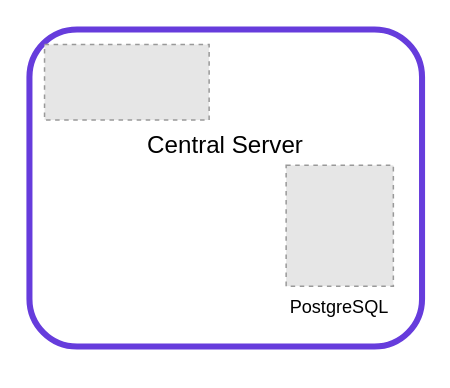
Earlier version of the draw.io diagram doc/Manuals/img/ig-cs_local_db.drawio (nordic-institute/X-Road). Source tidied: cells renumbered, new cells numbered last; positions are measured from the earlier drawing's top-left corner, leaving out a move shared by most shapes. Both pictures are drawn from the tidied source at 151%, with x=0, y=0 at pixel (29, 29). Pictures stored in the file or linked from it are replaced by grey dashed boxes.
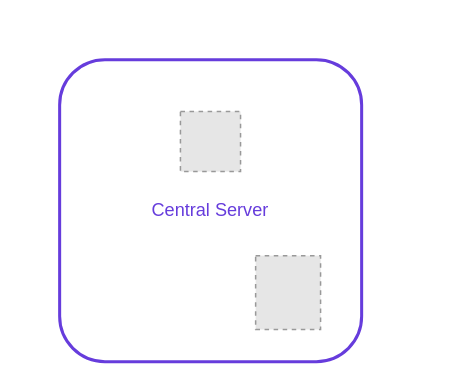
The same diagram, later.

Change to the diagram source:
```diff
@@
 <mxGraphModel>
   <root>
     <mxCell id="0" />
     <mxCell id="1" parent="0" />
+    <mxCell id="5" style="group;" parent="1" vertex="1">
+      <mxGeometry x="20" y="20" width="200" height="200" as="geometry" />
+    </mxCell>
-    <mxCell id="2" value="&lt;font style=&quot;font-size: 16px&quot;&gt;Central Server&lt;br&gt;&lt;br&gt;&lt;br&gt;&lt;br&gt;&lt;/font&gt;" style="rounded=1;whiteSpace=wrap;html=1;strokeWidth=4;strokeColor=#663CDC;fillColor=none;" parent="1" vertex="1">
-      <mxGeometry width="260" height="210" as="geometry" />
+    <mxCell id="2" value="&lt;font color=&quot;#663cdc&quot;&gt;Central Server&lt;/font&gt;" style="rounded=1;whiteSpace=wrap;html=1;strokeWidth=2;fillColor=none;strokeColor=#663CDC;" parent="5" vertex="1">
+      <mxGeometry width="200" height="200" as="geometry" />
     </mxCell>
-    <mxCell id="3" value="PostgreSQL" style="fillColor=#E6E6E6;strokeColor=#999999;dashed=1;verticalLabelPosition=bottom;labelBackgroundColor=#ffffff;verticalAlign=top;" parent="1" vertex="1">
-      <mxGeometry x="170" y="90" width="71" height="80" as="geometry" />
-    </mxCell>
-    <mxCell id="4" style="fillColor=#E6E6E6;strokeColor=#999999;dashed=1;verticalLabelPosition=bottom;labelBackgroundColor=#ffffff;verticalAlign=top;" parent="1" vertex="1">
-      <mxGeometry x="10" y="10" width="109" height="50" as="geometry" />
-    </mxCell>
+    <mxCell id="6" style="fillColor=#E6E6E6;strokeColor=#999999;dashed=1;verticalLabelPosition=bottom;labelBackgroundColor=#ffffff;verticalAlign=top;" parent="5" vertex="1">
+      <mxGeometry x="80" y="34.3" width="39.8" height="39.8" as="geometry" />
+    </mxCell>
+    <mxCell id="7" style="fillColor=#E6E6E6;strokeColor=#999999;dashed=1;verticalLabelPosition=bottom;labelBackgroundColor=#ffffff;verticalAlign=top;fontColor=#9999FF;" parent="5" vertex="1">
+      <mxGeometry x="129.8" y="129.8" width="43" height="48.9" as="geometry" />
+    </mxCell>
   </root>
 </mxGraphModel>
```
